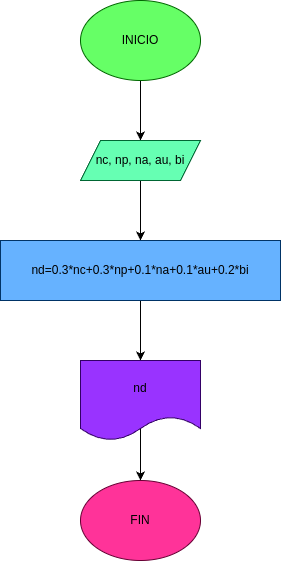
Earlier version of the draw.io export diagram.png (Br0k3nSt4r/definitive_note). Source tidied: cells renumbered, new cells last; positions are measured from the earlier drawing's top-left corner, leaving out a move shared by most shapes.
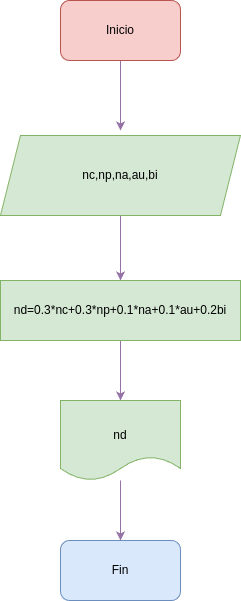
After the commit.

Commit message:
Se actualizo el README.md con Analisis y Diseño

Change to the diagram source:
```diff
@@ -2,34 +2,58 @@
   <root>
     <mxCell id="0" />
     <mxCell id="1" parent="0" />
-    <mxCell id="2" style="edgeStyle=none;html=1;" parent="1" edge="1" source="3">
+    <mxCell id="2" style="edgeStyle=none;html=1;fillColor=#e1d5e7;strokeColor=#9673a6;" parent="1" edge="1" source="3">
       <mxGeometry relative="1" as="geometry">
-        <mxPoint x="140" y="140" as="targetPoint" />
+        <mxPoint x="140" y="10" as="targetPoint" />
+        <Array as="points">
+          <mxPoint x="140" />
+        </Array>
       </mxGeometry>
     </mxCell>
-    <mxCell id="3" value="INICIO" style="ellipse;whiteSpace=wrap;html=1;fillColor=#66FF66;strokeColor=#006600;" parent="1" vertex="1">
-      <mxGeometry x="80" width="120" height="80" as="geometry" />
+    <mxCell id="3" style="rounded=1;whiteSpace=wrap;html=1;fillColor=#f8cecc;strokeColor=#b85450;" parent="1" vertex="1">
+      <mxGeometry x="80" y="-120" width="120" height="60" as="geometry" />
     </mxCell>
+    <mxCell id="5" value="Inicio" style="text;html=1;align=center;verticalAlign=middle;whiteSpace=wrap;rounded=0;fillColor=#f8cecc;strokeColor=none;" parent="1" vertex="1">
+      <mxGeometry x="110" y="-105" width="60" height="30" as="geometry" />
+    </mxCell>
+    <mxCell id="10" style="edgeStyle=none;html=1;exitX=0.5;exitY=1;exitDx=0;exitDy=0;fillColor=#e1d5e7;strokeColor=#9673a6;" parent="1" edge="1" source="7">
+      <mxGeometry relative="1" as="geometry">
+        <mxPoint x="140" y="160" as="targetPoint" />
+      </mxGeometry>
+    </mxCell>
+    <mxCell id="7" style="shape=parallelogram;perimeter=parallelogramPerimeter;whiteSpace=wrap;html=1;fixedSize=1;fillColor=#d5e8d4;strokeColor=#82b366;" parent="1" vertex="1">
+      <mxGeometry x="20" y="15" width="240" height="80" as="geometry" />
+    </mxCell>
+    <mxCell id="11" style="edgeStyle=none;html=1;exitX=0.5;exitY=1;exitDx=0;exitDy=0;fillColor=#e1d5e7;strokeColor=#9673a6;" parent="1" edge="1" source="12">
+      <mxGeometry relative="1" as="geometry">
+        <mxPoint x="140" y="280" as="targetPoint" />
+      </mxGeometry>
+    </mxCell>
+    <mxCell id="12" style="rounded=0;whiteSpace=wrap;html=1;fillColor=#d5e8d4;strokeColor=#82b366;" parent="1" vertex="1">
+      <mxGeometry x="20" y="160" width="240" height="60" as="geometry" />
+    </mxCell>
+    <mxCell id="13" value="nc,np,na,au,bi" style="text;html=1;align=center;verticalAlign=middle;whiteSpace=wrap;rounded=0;fillColor=#d5e8d4;strokeColor=none;" parent="1" vertex="1">
+      <mxGeometry x="110" y="40" width="60" height="30" as="geometry" />
+    </mxCell>
-    <mxCell id="4" style="edgeStyle=none;html=1;entryX=0.5;entryY=0;entryDx=0;entryDy=0;" parent="1" edge="1" source="5" target="7">
-      <mxGeometry relative="1" as="geometry" />
+    <mxCell id="4" value="nd=0.3*nc+0.3*np+0.1*na+0.1*au+0.2bi" style="text;html=1;align=center;verticalAlign=middle;whiteSpace=wrap;rounded=0;fillColor=#d5e8d4;strokeColor=none;" parent="1" vertex="1">
+      <mxGeometry x="110" y="175" width="60" height="30" as="geometry" />
     </mxCell>
-    <mxCell id="5" value="nc, np, na, au, bi" style="shape=parallelogram;perimeter=parallelogramPerimeter;whiteSpace=wrap;html=1;fixedSize=1;fillColor=#66FFB3;strokeColor=#006633;" parent="1" vertex="1">
-      <mxGeometry x="80" y="140" width="120" height="40" as="geometry" />
-    </mxCell>
-    <mxCell id="6" style="edgeStyle=none;html=1;" parent="1" edge="1" source="7" target="9">
-      <mxGeometry relative="1" as="geometry" />
-    </mxCell>
-    <mxCell id="7" value="nd=0.3*nc+0.3*np+0.1*na+0.1*au+0.2*bi" style="rounded=0;whiteSpace=wrap;html=1;fillColor=#66B2FF;strokeColor=#003366;" parent="1" vertex="1">
-      <mxGeometry y="240" width="280" height="60" as="geometry" />
-    </mxCell>
-    <mxCell id="8" style="edgeStyle=none;html=1;entryX=0.5;entryY=0;entryDx=0;entryDy=0;exitX=0.5;exitY=0.8;exitDx=0;exitDy=0;exitPerimeter=0;" parent="1" edge="1" source="9" target="10">
-      <mxGeometry relative="1" as="geometry" />
-    </mxCell>
+    <mxCell id="14" style="edgeStyle=none;html=1;fillColor=#e1d5e7;strokeColor=#9673a6;" parent="1" edge="1" source="15">
+      <mxGeometry relative="1" as="geometry">
+        <mxPoint x="140" y="420" as="targetPoint" />
+      </mxGeometry>
+    </mxCell>
+    <mxCell id="15" style="shape=document;whiteSpace=wrap;html=1;boundedLbl=1;fillColor=#d5e8d4;strokeColor=#82b366;" parent="1" vertex="1">
+      <mxGeometry x="80" y="280" width="120" height="80" as="geometry" />
+    </mxCell>
-    <mxCell id="9" value="nd" style="shape=document;whiteSpace=wrap;html=1;boundedLbl=1;fillColor=#9933FF;strokeColor=#330066;" parent="1" vertex="1">
-      <mxGeometry x="80" y="360" width="120" height="80" as="geometry" />
+    <mxCell id="9" value="nd" style="text;html=1;align=center;verticalAlign=middle;whiteSpace=wrap;rounded=0;fillColor=#d5e8d4;strokeColor=none;" parent="1" vertex="1">
+      <mxGeometry x="110" y="300" width="60" height="30" as="geometry" />
     </mxCell>
-    <mxCell id="10" value="FIN" style="ellipse;whiteSpace=wrap;html=1;fillColor=#FF3399;strokeColor=#660033;" parent="1" vertex="1">
-      <mxGeometry x="80" y="480" width="120" height="80" as="geometry" />
-    </mxCell>
+    <mxCell id="16" style="rounded=1;whiteSpace=wrap;html=1;fillColor=#dae8fc;strokeColor=#6c8ebf;" parent="1" vertex="1">
+      <mxGeometry x="80" y="420" width="120" height="60" as="geometry" />
+    </mxCell>
+    <mxCell id="17" value="Fin" style="text;html=1;align=center;verticalAlign=middle;whiteSpace=wrap;rounded=0;fillColor=#dae8fc;strokeColor=none;" parent="1" vertex="1">
+      <mxGeometry x="110" y="435" width="60" height="30" as="geometry" />
+    </mxCell>
   </root>
 </mxGraphModel>
```
